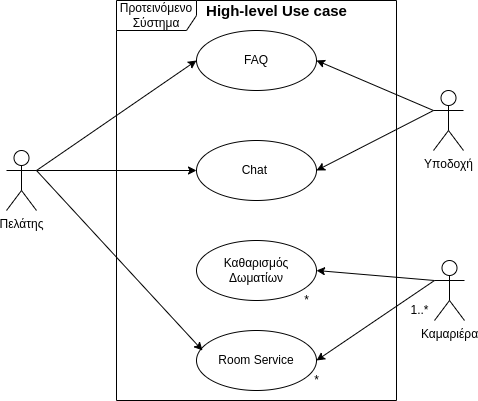
Above: Κυρίως Αναφορά/Images/High_level_use_case.png in AlexanderStavrop/Requirement-Analysis-and-Systems-Design-using-UML (draw.io), before the change. Source tidied: cells renumbered, new cells last; positions are measured from the earlier drawing's top-left corner, leaving out a move shared by most shapes.
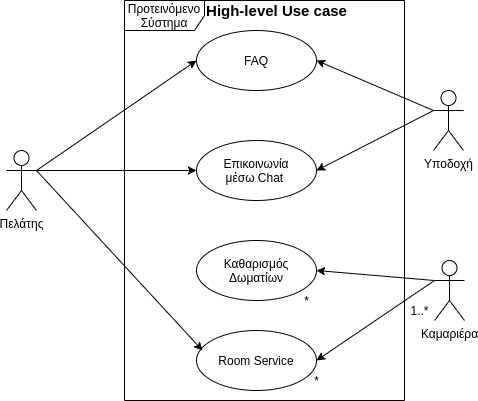
Above is the later version.

What changed in the source:
```diff
@@ -26,7 +26,7 @@
     <mxCell id="9" style="endArrow=classic;html=1;rounded=0;exitX=0;exitY=0.3333333333333333;exitDx=0;exitDy=0;exitPerimeter=0;entryX=1;entryY=0.5;entryDx=0;entryDy=0;" parent="1" edge="1" source="4" target="5">
       <mxGeometry relative="1" as="geometry" />
     </mxCell>
-    <mxCell id="10" value="Chat&amp;nbsp;" style="ellipse;whiteSpace=wrap;html=1;" parent="1" vertex="1">
+    <mxCell id="10" value="Επικοινωνία&lt;br&gt;μέσω Chat&amp;nbsp;" style="ellipse;whiteSpace=wrap;html=1;" parent="1" vertex="1">
       <mxGeometry x="190" y="140" width="120" height="60" as="geometry" />
     </mxCell>
     <mxCell id="11" style="endArrow=classic;html=1;rounded=0;exitX=1;exitY=0.3333333333333333;exitDx=0;exitDy=0;exitPerimeter=0;entryX=0;entryY=0.5;entryDx=0;entryDy=0;" parent="1" edge="1" source="2" target="10">
@@ -45,7 +45,7 @@
       <mxGeometry relative="1" as="geometry" />
     </mxCell>
     <mxCell id="16" value="Προτεινόμενο Σύστημα" style="shape=umlFrame;whiteSpace=wrap;html=1;width=80;height=30;" parent="1" vertex="1">
-      <mxGeometry x="110" width="280" height="400" as="geometry" />
+      <mxGeometry x="118" width="280" height="400" as="geometry" />
     </mxCell>
     <mxCell id="17" value="1..*" style="text;html=1;align=center;verticalAlign=middle;strokeColor=none;fillColor=none;" parent="1" vertex="1">
       <mxGeometry x="398" y="300" width="30" height="20" as="geometry" />
```
